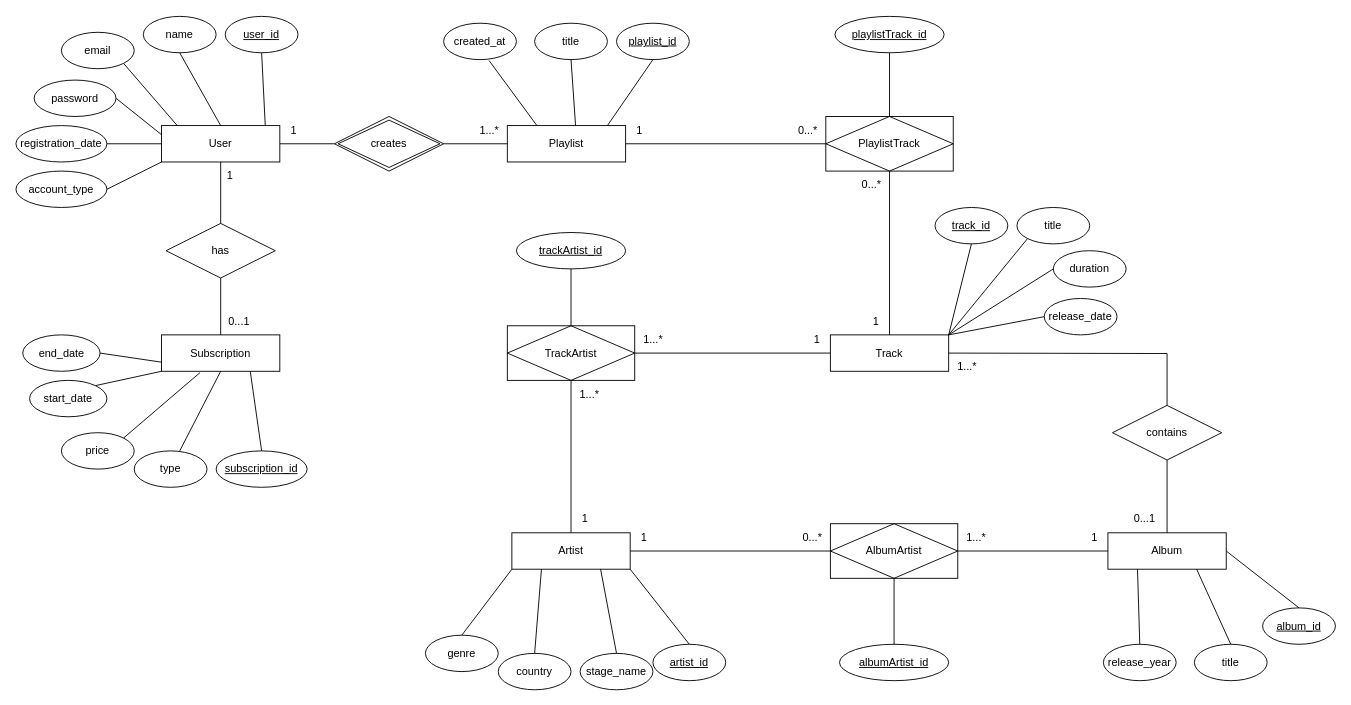
Above: lab_1/Діаграма Чена.drawio in yusik100/labs-mavps (draw.io), before the change. Source tidied: cells renumbered, new cells numbered last; positions are measured from the earlier drawing's top-left corner, leaving out a move shared by most shapes. Both pictures are drawn from the tidied source at 91%, with x=0, y=0 at pixel (15, 15).
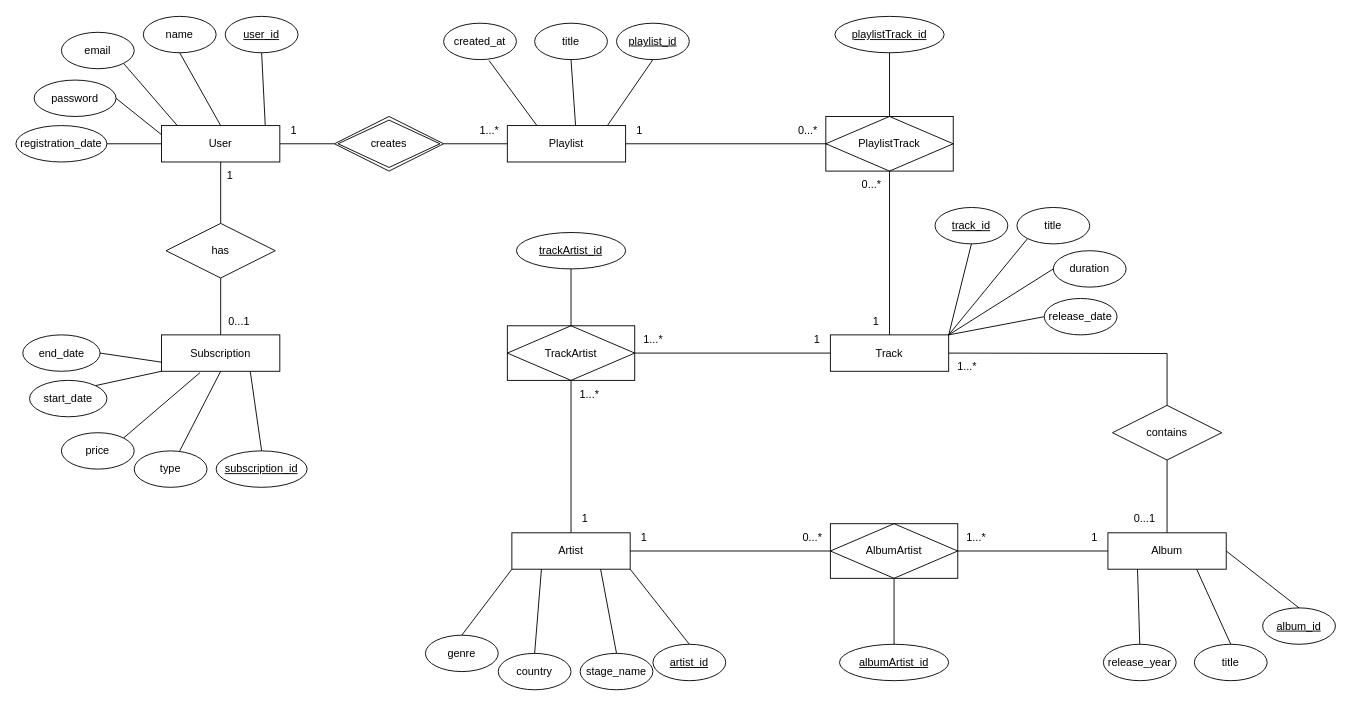
The same page after the edit.

The change refers to these unchanged cells:
```xml
<mxCell id="2" value="User" style="rounded=0;whiteSpace=wrap;html=1;" parent="1" vertex="1">
  <mxGeometry x="160" y="120.5" width="130" height="40" as="geometry" />
</mxCell>
```

Diff of the diagram source:
```diff
@@
-    <mxCell id="15" value="account_type" style="ellipse;whiteSpace=wrap;html=1;align=center;" parent="1" vertex="1">
-      <mxGeometry y="170.5" width="100" height="40" as="geometry" />
-    </mxCell>
-    <mxCell id="16" style="endArrow=none;html=1;rounded=0;exitX=1;exitY=0.5;exitDx=0;exitDy=0;entryX=0;entryY=1;entryDx=0;entryDy=0;" parent="1" edge="1" source="15" target="2">
-      <mxGeometry relative="1" as="geometry" />
-    </mxCell>
```
